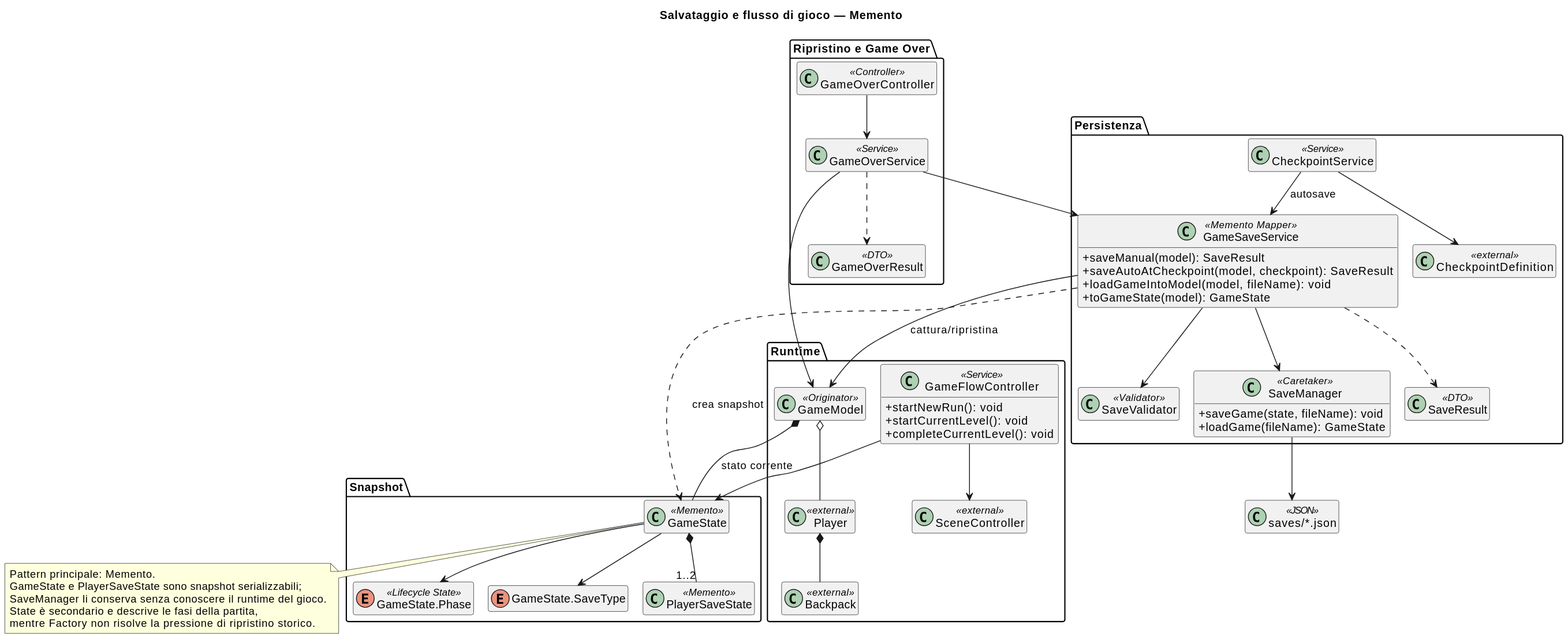
This is docs/diagrams/systems/07-save-game-flow.svg from pcodez99/progetto-ISS-2025-2026, a PlantUML export, as it was before one commit.
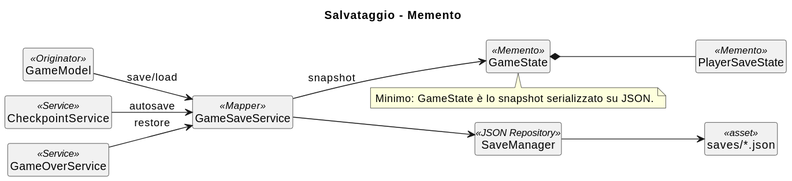
After the change.

The edit, as a diff of the source:
```diff
@@ -1,82 +1,30 @@
 @startuml
 !pragma layout smetana
-title Salvataggio e flusso di gioco — Memento
+title Salvataggio - Memento
 
+left to right direction
 skinparam classAttributeIconSize 0
 hide empty members
+hide circle
 
-class "saves/*.json" as SaveFiles <<JSON>>
+class GameModel <<Originator>>
+class GameState <<Memento>>
+class PlayerSaveState <<Memento>>
+class GameSaveService <<Mapper>>
+class SaveManager <<JSON Repository>>
+class "saves/*.json" as SaveFiles <<asset>>
+class CheckpointService <<Service>>
+class GameOverService <<Service>>
 
-package "Runtime" {
-  class GameModel <<Originator>>
-  class Player <<external>>
-  class Backpack <<external>>
-  class GameFlowController <<Service>> {
-    + startNewRun(): void
-    + startCurrentLevel(): void
-    + completeCurrentLevel(): void
-  }
-  class SceneController <<external>>
-}
-
-package "Snapshot" {
-  class GameState <<Memento>>
-  class PlayerSaveState <<Memento>>
-  enum "GameState.Phase" as GamePhase <<Lifecycle State>>
-  enum "GameState.SaveType" as SaveType
-}
-
-package "Persistenza" {
-  class GameSaveService <<Memento Mapper>> {
-    + saveManual(model): SaveResult
-    + saveAutoAtCheckpoint(model, checkpoint): SaveResult
-    + loadGameIntoModel(model, fileName): void
-    + toGameState(model): GameState
-  }
-  class SaveValidator <<Validator>>
-  class SaveManager <<Caretaker>> {
-    + saveGame(state, fileName): void
-    + loadGame(fileName): GameState
-  }
-  class SaveResult <<DTO>>
-  class CheckpointService <<Service>>
-  class CheckpointDefinition <<external>>
-}
-
-package "Ripristino e Game Over" {
-  class GameOverService <<Service>>
-  class GameOverController <<Controller>>
-  class GameOverResult <<DTO>>
-}
-
-GameModel *-- GameState : stato corrente
-GameModel o-- Player
-Player *-- Backpack
-GameState *-- "1..2" PlayerSaveState
-GameState --> GamePhase
-GameState --> SaveType
-
-GameSaveService --> GameModel : cattura/ripristina
-GameSaveService ..> GameState : crea snapshot
-GameSaveService --> SaveValidator
+GameModel --> GameSaveService : save/load
+GameSaveService --> GameState : snapshot
+GameState *-- PlayerSaveState
 GameSaveService --> SaveManager
-GameSaveService ..> SaveResult
 SaveManager --> SaveFiles
-CheckpointService --> CheckpointDefinition
 CheckpointService --> GameSaveService : autosave
-
-GameFlowController --> GameState
-GameFlowController --> SceneController
-GameOverController --> GameOverService
-GameOverService --> GameSaveService
-GameOverService --> GameModel
-GameOverService ..> GameOverResult
+GameOverService --> GameSaveService : restore
 
 note bottom of GameState
-Pattern principale: Memento.
-GameState e PlayerSaveState sono snapshot serializzabili;
-SaveManager li conserva senza conoscere il runtime del gioco.
-State è secondario e descrive le fasi della partita,
-mentre Factory non risolve la pressione di ripristino storico.
+Minimo: GameState è lo snapshot serializzato su JSON.
 end note
 @enduml
```
